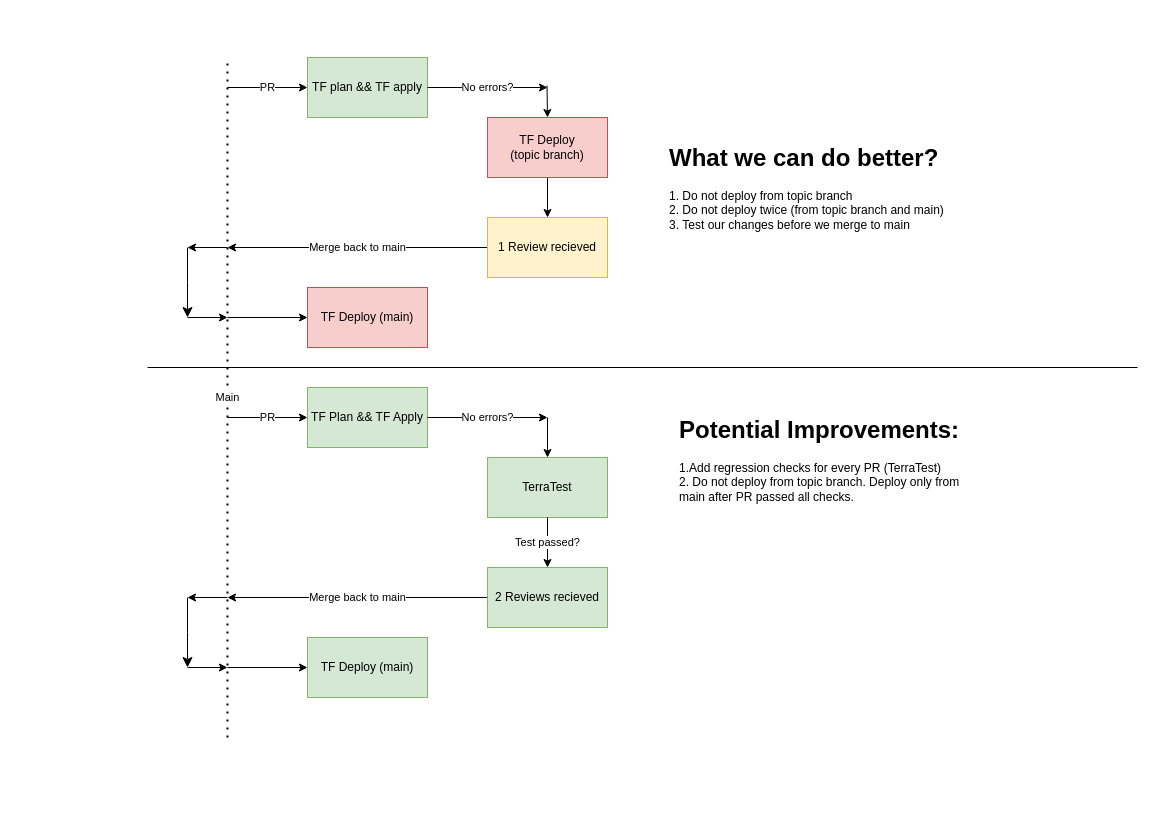
The draw.io diagram L4_Autotesting.drawio in vk-tdh/vktela, before the edit. Source tidied: cells renumbered, new cells numbered last; positions are measured from the earlier drawing's top-left corner, leaving out a move shared by most shapes. Both pictures are drawn from the tidied source at 100%, with x=0, y=0 at pixel (147, 57).
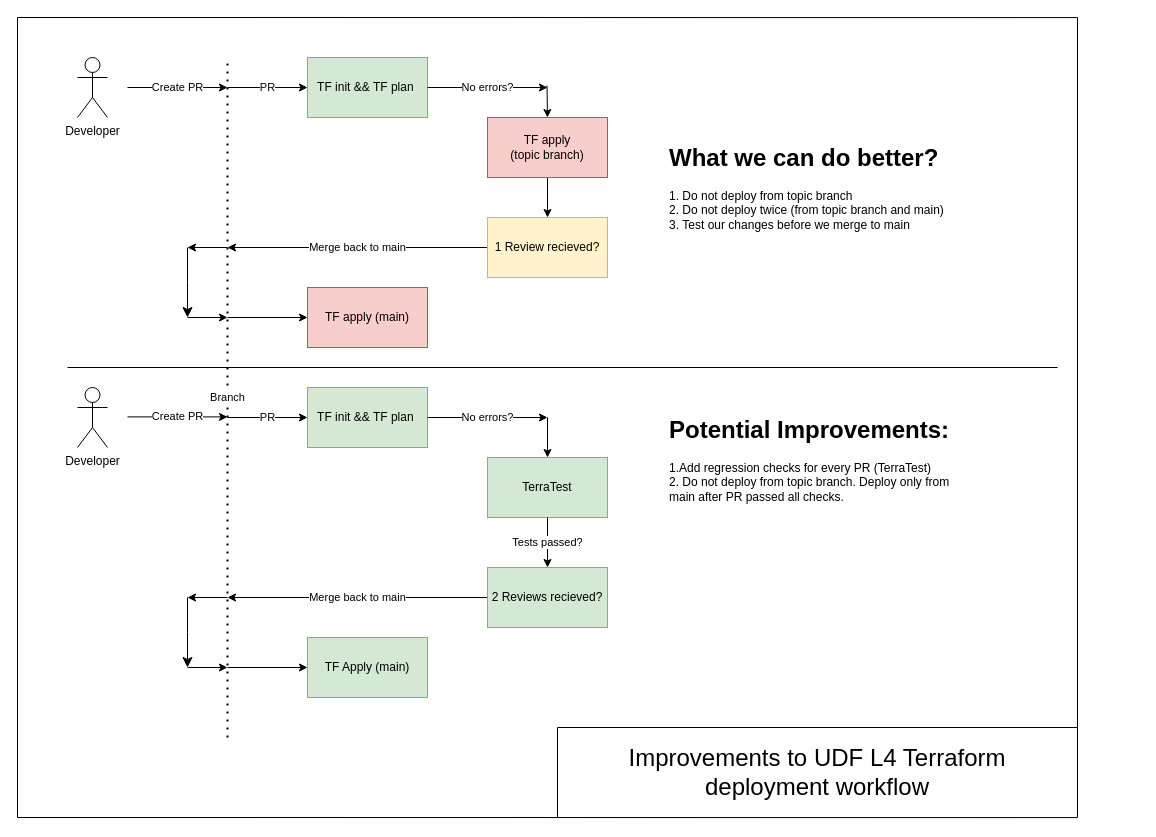
Above is the later version.

The change refers to these unchanged cells:
```xml
<mxCell id="12" value="TerraTest" style="rounded=0;whiteSpace=wrap;html=1;fillColor=#d5e8d4;strokeColor=#82b366;" parent="1" vertex="1">
  <mxGeometry x="340" y="400" width="120" height="60" as="geometry" />
</mxCell>
```

Change to the diagram source:
```diff
@@
-    <mxCell id="2" value="Main" style="endArrow=none;dashed=1;html=1;dashPattern=1 3;strokeWidth=2;rounded=0;" parent="1" edge="1">
+    <mxCell id="2" value="Branch" style="endArrow=none;dashed=1;html=1;dashPattern=1 3;strokeWidth=2;rounded=0;" parent="1" edge="1">
       <mxGeometry relative="1" as="geometry">
         <mxPoint x="80" y="680" as="sourcePoint" />
         <mxPoint x="80" as="targetPoint" />
       </mxGeometry>
     </mxCell>
@@
-    <mxCell id="4" value="TF plan &amp;amp;&amp;amp; TF apply" style="rounded=0;whiteSpace=wrap;html=1;fillColor=#d5e8d4;strokeColor=#82b366;" parent="1" vertex="1">
+    <mxCell id="4" value="TF init &amp;amp;&amp;amp; TF plan&amp;nbsp;" style="rounded=0;whiteSpace=wrap;html=1;fillColor=#d5e8d4;strokeColor=#82b366;" parent="1" vertex="1">
       <mxGeometry x="160" width="120" height="60" as="geometry" />
     </mxCell>
@@
-    <mxCell id="8" value="TF Plan &amp;amp;&amp;amp; TF Apply" style="rounded=0;whiteSpace=wrap;html=1;fillColor=#d5e8d4;strokeColor=#82b366;" parent="1" vertex="1">
+    <mxCell id="8" value="TF init &amp;amp;&amp;amp; TF plan&amp;nbsp;" style="rounded=0;whiteSpace=wrap;html=1;fillColor=#d5e8d4;strokeColor=#82b366;" parent="1" vertex="1">
       <mxGeometry x="160" y="330" width="120" height="60" as="geometry" />
     </mxCell>
@@
-    <mxCell id="15" value="TF Deploy (main)" style="rounded=0;whiteSpace=wrap;html=1;fillColor=#d5e8d4;strokeColor=#82b366;" parent="1" vertex="1">
+    <mxCell id="15" value="TF Apply (main)" style="rounded=0;whiteSpace=wrap;html=1;fillColor=#d5e8d4;strokeColor=#82b366;" parent="1" vertex="1">
       <mxGeometry x="160" y="580" width="120" height="60" as="geometry" />
     </mxCell>
@@
-    <mxCell id="17" value="TF Deploy&lt;div&gt;(topic branch)&lt;/div&gt;" style="rounded=0;whiteSpace=wrap;html=1;fillColor=#f8cecc;strokeColor=#b85450;" parent="1" vertex="1">
+    <mxCell id="17" value="TF apply&lt;div&gt;(topic branch)&lt;/div&gt;" style="rounded=0;whiteSpace=wrap;html=1;fillColor=#f8cecc;strokeColor=#b85450;" parent="1" vertex="1">
       <mxGeometry x="340" y="60" width="120" height="60" as="geometry" />
     </mxCell>
@@
-    <mxCell id="20" value="TF Deploy (main)" style="rounded=0;whiteSpace=wrap;html=1;fillColor=#f8cecc;strokeColor=#b85450;" parent="1" vertex="1">
+    <mxCell id="20" value="TF apply (main)" style="rounded=0;whiteSpace=wrap;html=1;fillColor=#f8cecc;strokeColor=#b85450;" parent="1" vertex="1">
       <mxGeometry x="160" y="230" width="120" height="60" as="geometry" />
     </mxCell>
@@
     <mxCell id="22" style="endArrow=none;html=1;rounded=0;" parent="1" edge="1">
       <mxGeometry relative="1" as="geometry">
-        <mxPoint y="310" as="sourcePoint" />
-        <mxPoint x="990" y="310" as="targetPoint" />
+        <mxPoint x="-80" y="310" as="sourcePoint" />
+        <mxPoint x="910" y="310" as="targetPoint" />
       </mxGeometry>
     </mxCell>
     <mxCell id="23" value="&lt;h1 style=&quot;margin-top: 0px;&quot;&gt;Potential Improvements:&lt;/h1&gt;&lt;div&gt;1.&lt;span style=&quot;background-color: initial;&quot;&gt;Add regression checks for every PR (TerraTest)&lt;/span&gt;&lt;/div&gt;&lt;div&gt;&lt;span style=&quot;background-color: initial;&quot;&gt;2. Do not deploy from topic branch. Deploy only from main after PR passed all checks.&lt;/span&gt;&lt;/div&gt;" style="text;html=1;whiteSpace=wrap;overflow=hidden;rounded=0;" parent="1" vertex="1">
-      <mxGeometry x="530" y="352" width="310" height="188" as="geometry" />
+      <mxGeometry x="520" y="352" width="310" height="188" as="geometry" />
     </mxCell>
-    <mxCell id="24" value="1 Review recieved" style="rounded=0;whiteSpace=wrap;html=1;fillColor=#fff2cc;strokeColor=#d6b656;" parent="1" vertex="1">
+    <mxCell id="24" value="1 Review recieved?" style="rounded=0;whiteSpace=wrap;html=1;fillColor=#fff2cc;strokeColor=#d6b656;" parent="1" vertex="1">
       <mxGeometry x="340" y="160" width="120" height="60" as="geometry" />
     </mxCell>
-    <mxCell id="25" value="Test passed?" style="endArrow=classic;html=1;rounded=0;exitX=0.5;exitY=1;exitDx=0;exitDy=0;" parent="1" edge="1" source="12" target="26">
+    <mxCell id="25" value="Tests passed?" style="endArrow=classic;html=1;rounded=0;exitX=0.5;exitY=1;exitDx=0;exitDy=0;" parent="1" edge="1" source="12" target="26">
       <mxGeometry relative="1" as="geometry" />
     </mxCell>
-    <mxCell id="26" value="2 Reviews recieved" style="rounded=0;whiteSpace=wrap;html=1;fillColor=#d5e8d4;strokeColor=#82b366;" parent="1" vertex="1">
+    <mxCell id="26" value="2 Reviews recieved?" style="rounded=0;whiteSpace=wrap;html=1;fillColor=#d5e8d4;strokeColor=#82b366;" parent="1" vertex="1">
       <mxGeometry x="340" y="510" width="120" height="60" as="geometry" />
     </mxCell>
@@
+    <mxCell id="33" style="endArrow=none;html=1;rounded=0;" parent="1" edge="1">
+      <mxGeometry relative="1" as="geometry">
+        <mxPoint x="-130" y="760" as="sourcePoint" />
+        <mxPoint x="-130" y="-40" as="targetPoint" />
+      </mxGeometry>
+    </mxCell>
+    <mxCell id="34" style="endArrow=none;html=1;rounded=0;" parent="1" edge="1">
+      <mxGeometry relative="1" as="geometry">
+        <mxPoint x="-130" y="760" as="sourcePoint" />
+        <mxPoint x="930" y="760.1" as="targetPoint" />
+      </mxGeometry>
+    </mxCell>
+    <mxCell id="35" style="endArrow=none;html=1;rounded=0;" parent="1" edge="1">
+      <mxGeometry relative="1" as="geometry">
+        <mxPoint x="-130" y="-40" as="sourcePoint" />
+        <mxPoint x="930" y="-39.9" as="targetPoint" />
+      </mxGeometry>
+    </mxCell>
+    <mxCell id="36" style="endArrow=none;html=1;rounded=0;" parent="1" edge="1">
+      <mxGeometry relative="1" as="geometry">
+        <mxPoint x="930" y="760" as="sourcePoint" />
+        <mxPoint x="930" y="-40" as="targetPoint" />
+      </mxGeometry>
+    </mxCell>
+    <mxCell id="37" style="endArrow=none;html=1;rounded=0;" parent="1" edge="1">
+      <mxGeometry relative="1" as="geometry">
+        <mxPoint x="410" y="760" as="sourcePoint" />
+        <mxPoint x="410" y="670" as="targetPoint" />
+      </mxGeometry>
+    </mxCell>
+    <mxCell id="38" style="endArrow=none;html=1;rounded=0;" parent="1" edge="1">
+      <mxGeometry relative="1" as="geometry">
+        <mxPoint x="410" y="670" as="sourcePoint" />
+        <mxPoint x="930" y="670" as="targetPoint" />
+      </mxGeometry>
+    </mxCell>
+    <mxCell id="39" value="&lt;font style=&quot;font-size: 24px;&quot;&gt;Improvements to UDF L4 Terraform deployment workflow&lt;/font&gt;" style="text;html=1;align=center;verticalAlign=middle;whiteSpace=wrap;rounded=0;" parent="1" vertex="1">
+      <mxGeometry x="440" y="690" width="460" height="50" as="geometry" />
+    </mxCell>
+    <mxCell id="40" value="Developer" style="shape=umlActor;verticalLabelPosition=bottom;verticalAlign=top;html=1;" parent="1" vertex="1">
+      <mxGeometry x="-70" y="330" width="30" height="60" as="geometry" />
+    </mxCell>
+    <mxCell id="41" value="Developer" style="shape=umlActor;verticalLabelPosition=bottom;verticalAlign=top;html=1;" parent="1" vertex="1">
+      <mxGeometry x="-70" width="30" height="60" as="geometry" />
+    </mxCell>
+    <mxCell id="42" value="Create PR" style="endArrow=classic;html=1;rounded=0;" parent="1" edge="1">
+      <mxGeometry relative="1" as="geometry">
+        <mxPoint x="-20" y="30" as="sourcePoint" />
+        <mxPoint x="80" y="30" as="targetPoint" />
+      </mxGeometry>
+    </mxCell>
+    <mxCell id="43" value="Create PR" style="endArrow=classic;html=1;rounded=0;" parent="1" edge="1">
+      <mxGeometry relative="1" as="geometry">
+        <mxPoint x="-20" y="359.4" as="sourcePoint" />
+        <mxPoint x="80" y="359.4" as="targetPoint" />
+      </mxGeometry>
+    </mxCell>
```
